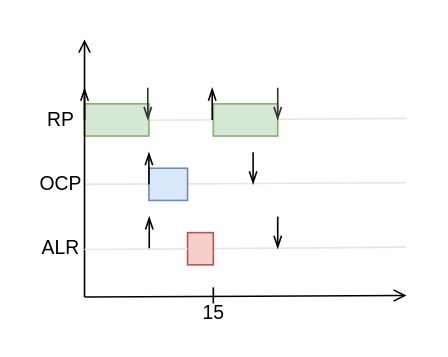
This is page "critical-instant" (2 of 3) of report/images/timelines.drawio from jiayihu/SRT, a draw.io file, before an edit. Source tidied: cells renumbered, new cells numbered last; positions are measured from the earlier drawing's top-left corner, leaving out a move shared by most shapes. Both pictures are drawn from the tidied source at 161%, with x=0, y=0 at pixel (27, 39).
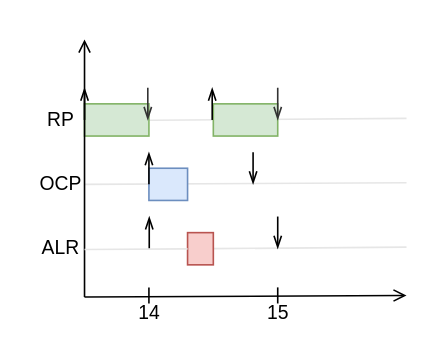
Above is the later version.

Diff of the diagram source:
```diff
@@
-    <mxCell id="5" value="15" style="text;html=1;align=center;verticalAlign=middle;" parent="1" vertex="1">
-      <mxGeometry x="100" y="160" width="30" height="20" as="geometry" />
+    <mxCell id="5" value="14" style="text;html=1;align=center;verticalAlign=middle;" parent="1" vertex="1">
+      <mxGeometry x="60" y="160" width="30" height="20" as="geometry" />
     </mxCell>
@@
     <mxCell id="22" style="endArrow=none;html=1;strokeColor=#000000;fontSize=10;" parent="1" edge="1">
       <mxGeometry relative="1" as="geometry">
-        <mxPoint x="115" y="164" as="sourcePoint" />
-        <mxPoint x="115" y="154" as="targetPoint" />
+        <mxPoint x="75" y="164" as="sourcePoint" />
+        <mxPoint x="75" y="154" as="targetPoint" />
       </mxGeometry>
     </mxCell>
@@
+    <mxCell id="25" value="15" style="text;html=1;align=center;verticalAlign=middle;" parent="1" vertex="1">
+      <mxGeometry x="140" y="160" width="30" height="20" as="geometry" />
+    </mxCell>
+    <mxCell id="26" style="endArrow=none;html=1;strokeColor=#000000;fontSize=10;" parent="1" edge="1">
+      <mxGeometry relative="1" as="geometry">
+        <mxPoint x="155" y="164" as="sourcePoint" />
+        <mxPoint x="155" y="154" as="targetPoint" />
+      </mxGeometry>
+    </mxCell>
```
